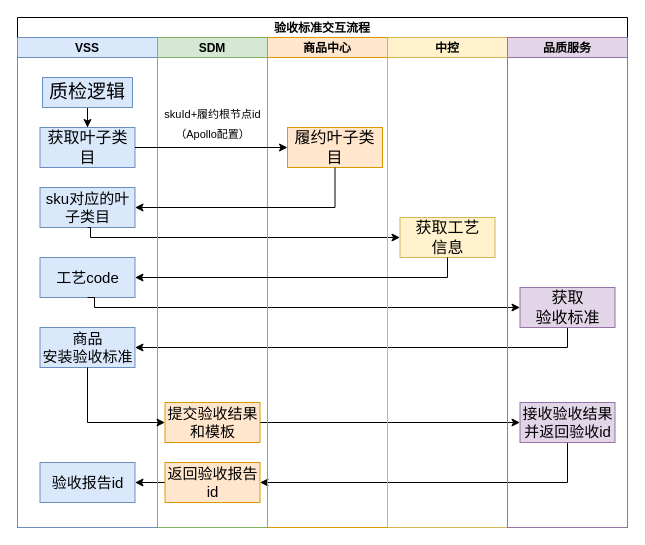
Earlier version of the draw.io diagram 验收标准交互流程.drawio (jiangtao2048/diagrams). Source tidied: cells renumbered, new cells numbered last; positions are measured from the earlier drawing's top-left corner, leaving out a move shared by most shapes. Both pictures are drawn from the tidied source at 100%, with x=0, y=0 at pixel (17, 17).
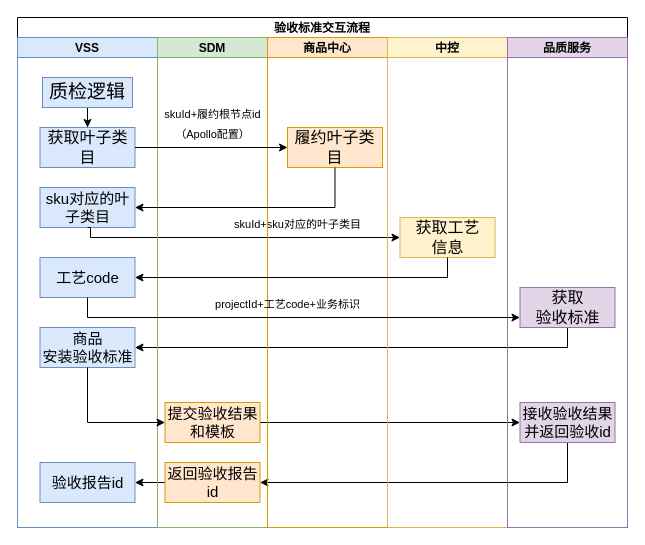
The same diagram, later.

Commit message (it also covers changes not shown here):
更新验收标准交互流程.drawio

The change refers to these unchanged cells:
```xml
<mxCell id="2" value="验收标准交互流程" style="swimlane;startSize=20;" parent="1" vertex="1">
  <mxGeometry width="610" height="510" as="geometry" />
</mxCell>
<mxCell id="8" value="&lt;font style=&quot;font-size: 15px;&quot;&gt;工艺code&lt;/font&gt;" style="rounded=0;whiteSpace=wrap;html=1;fillColor=#dae8fc;strokeColor=#6c8ebf;" parent="3" vertex="1">
  <mxGeometry x="22.5" y="220" width="95" height="40" as="geometry" />
</mxCell>
<mxCell id="17" value="SDM" style="swimlane;startSize=20;fillColor=#d5e8d4;strokeColor=#82b366;" parent="2" vertex="1">
  <mxGeometry x="140" y="20" width="110" height="490" as="geometry" />
</mxCell>
<mxCell id="21" value="商品中心" style="swimlane;startSize=20;fillColor=#ffe6cc;strokeColor=#d79b00;" parent="2" vertex="1">
  <mxGeometry x="250" y="20" width="120" height="490" as="geometry" />
</mxCell>
<mxCell id="27" value="&lt;font style=&quot;font-size: 16px;&quot;&gt;获取&lt;br&gt;验收标准&lt;br&gt;&lt;/font&gt;" style="rounded=0;whiteSpace=wrap;html=1;fillColor=#e1d5e7;strokeColor=#9673a6;" parent="26" vertex="1">
  <mxGeometry x="12.5" y="250" width="95" height="40" as="geometry" />
</mxCell>
```

Diff of the diagram source:
```diff
@@
-    <mxCell id="13" style="edgeStyle=orthogonalEdgeStyle;rounded=0;jettySize=auto;html=1;exitX=0.5;exitY=1;exitDx=0;exitDy=0;entryX=0;entryY=0.5;entryDx=0;entryDy=0;fontSize=15;" parent="2" edge="1" source="8" target="27">
-      <mxGeometry relative="1" as="geometry">
-        <Array as="points">
-          <mxPoint x="77" y="290" />
-        </Array>
-      </mxGeometry>
-    </mxCell>
@@
+    <mxCell id="32" value="&lt;font style=&quot;font-size: 11px;&quot;&gt;skuId+sku对应的叶子类目&lt;br&gt;&lt;/font&gt;" style="text;html=1;align=center;verticalAlign=middle;strokeColor=none;fillColor=none;fontSize=16;" parent="17" vertex="1">
+      <mxGeometry x="60" y="170" width="160" height="30" as="geometry" />
+    </mxCell>
@@
+    <mxCell id="33" value="&lt;font style=&quot;font-size: 11px;&quot;&gt;projectId+工艺code+业务标识&lt;br&gt;&lt;/font&gt;" style="text;html=1;align=center;verticalAlign=middle;strokeColor=none;fillColor=none;fontSize=16;" parent="21" vertex="1">
+      <mxGeometry x="-70" y="250" width="180" height="30" as="geometry" />
+    </mxCell>
@@
+    <mxCell id="13" style="edgeStyle=orthogonalEdgeStyle;rounded=0;jettySize=auto;html=1;exitX=0.5;exitY=1;exitDx=0;exitDy=0;fontSize=15;" parent="2" edge="1" source="8" target="27">
+      <mxGeometry relative="1" as="geometry">
+        <Array as="points">
+          <mxPoint x="70" y="300" />
+        </Array>
+      </mxGeometry>
+    </mxCell>
```
